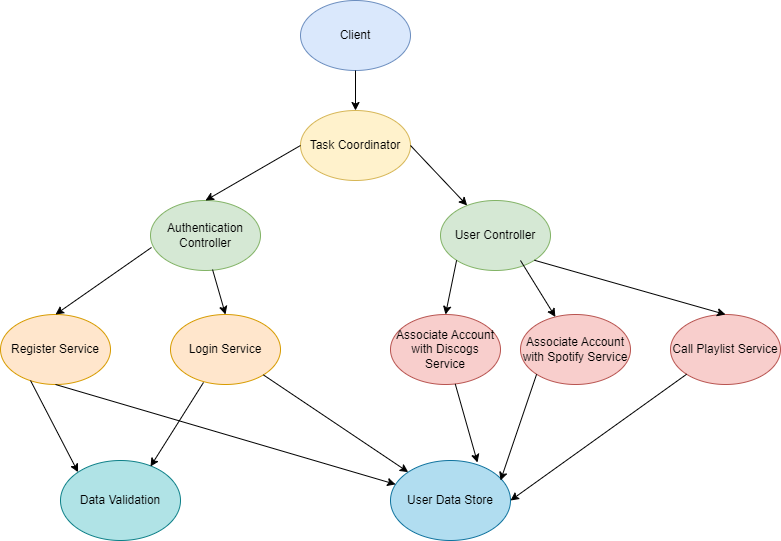
Before: Final Deliverables Solution S/Scholarly HTML technical report/Resources/User Arhictecture.drawio.png, a diagram exported from draw.io (andreiprepelita/VireWade). Source tidied: cells renumbered, new cells last; positions are measured from the earlier drawing's top-left corner, leaving out a move shared by most shapes.
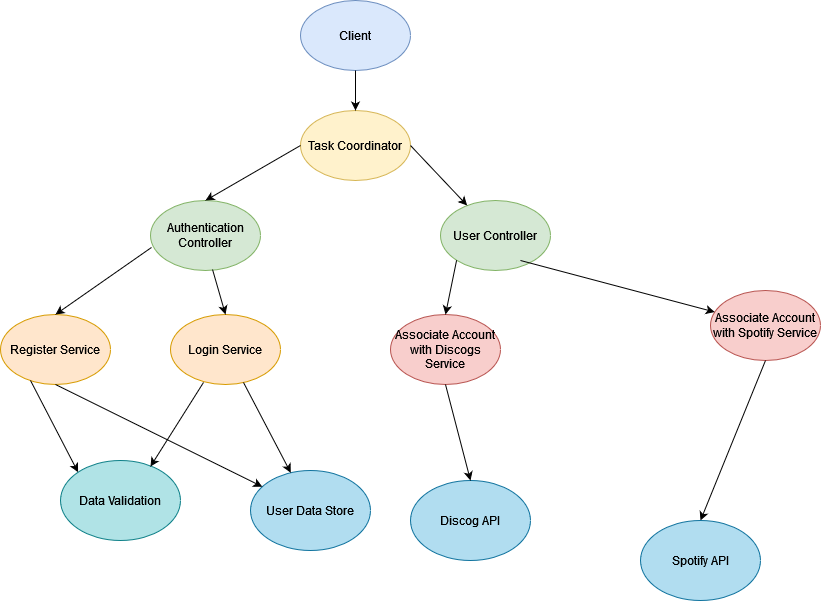
After the commit.

Change to the diagram source:
```diff
@@ -29,42 +29,32 @@
     <mxCell id="10" value="Login Service" style="ellipse;whiteSpace=wrap;html=1;fillColor=#ffe6cc;strokeColor=#d79b00;" parent="1" vertex="1">
       <mxGeometry x="170" y="314" width="110" height="70" as="geometry" />
     </mxCell>
-    <mxCell id="11" value="Call Playlist Service" style="ellipse;whiteSpace=wrap;html=1;fillColor=#f8cecc;strokeColor=#b85450;" parent="1" vertex="1">
-      <mxGeometry x="670" y="314" width="110" height="70" as="geometry" />
-    </mxCell>
     <mxCell id="12" style="endArrow=classic;html=1;rounded=0;exitX=0.009;exitY=0.671;exitDx=0;exitDy=0;exitPerimeter=0;entryX=0.5;entryY=0;entryDx=0;entryDy=0;" parent="1" edge="1" source="5" target="9">
       <mxGeometry relative="1" as="geometry" />
     </mxCell>
     <mxCell id="13" style="endArrow=classic;html=1;rounded=0;exitX=0.564;exitY=0.986;exitDx=0;exitDy=0;exitPerimeter=0;entryX=0.5;entryY=0;entryDx=0;entryDy=0;" parent="1" edge="1" source="5" target="10">
       <mxGeometry relative="1" as="geometry" />
     </mxCell>
-    <mxCell id="14" style="endArrow=classic;html=1;rounded=0;exitX=1;exitY=1;exitDx=0;exitDy=0;entryX=0.5;entryY=0;entryDx=0;entryDy=0;" parent="1" edge="1" source="6" target="11">
-      <mxGeometry relative="1" as="geometry" />
-    </mxCell>
     <mxCell id="15" value="User Data Store" style="ellipse;whiteSpace=wrap;html=1;fillColor=#b1ddf0;strokeColor=#10739e;" parent="1" vertex="1">
-      <mxGeometry x="390" y="460" width="120" height="80" as="geometry" />
+      <mxGeometry x="250" y="470" width="120" height="80" as="geometry" />
     </mxCell>
     <mxCell id="16" value="Associate Account with Discogs Service" style="ellipse;whiteSpace=wrap;html=1;fillColor=#f8cecc;strokeColor=#b85450;" parent="1" vertex="1">
       <mxGeometry x="390" y="314" width="110" height="70" as="geometry" />
     </mxCell>
     <mxCell id="17" value="Associate Account with Spotify Service" style="ellipse;whiteSpace=wrap;html=1;fillColor=#f8cecc;strokeColor=#b85450;" parent="1" vertex="1">
-      <mxGeometry x="520" y="314" width="110" height="70" as="geometry" />
+      <mxGeometry x="710" y="290" width="110" height="70" as="geometry" />
     </mxCell>
     <mxCell id="18" style="endArrow=classic;html=1;rounded=0;exitX=0.5;exitY=1;exitDx=0;exitDy=0;" parent="1" edge="1" source="9" target="15">
       <mxGeometry relative="1" as="geometry" />
     </mxCell>
-    <mxCell id="19" style="endArrow=classic;html=1;rounded=0;" parent="1" edge="1" source="10" target="15">
-      <mxGeometry relative="1" as="geometry" />
+    <mxCell id="19" style="endArrow=classic;html=1;rounded=0;" parent="1" edge="1" target="15">
+      <mxGeometry relative="1" as="geometry">
+        <mxPoint x="243" y="382" as="sourcePoint" />
+      </mxGeometry>
     </mxCell>
-    <mxCell id="20" style="endArrow=classic;html=1;rounded=0;entryX=0.725;entryY=0.025;entryDx=0;entryDy=0;entryPerimeter=0;" parent="1" edge="1" source="16" target="15">
-      <mxGeometry relative="1" as="geometry" />
-    </mxCell>
-    <mxCell id="21" style="endArrow=classic;html=1;rounded=0;exitX=0;exitY=1;exitDx=0;exitDy=0;entryX=0.917;entryY=0.25;entryDx=0;entryDy=0;entryPerimeter=0;" parent="1" edge="1" source="17" target="15">
+    <mxCell id="21" style="endArrow=classic;html=1;rounded=0;exitX=0.5;exitY=1;exitDx=0;exitDy=0;entryX=0.5;entryY=0;entryDx=0;entryDy=0;" parent="1" edge="1" source="17" target="29">
       <mxGeometry relative="1" as="geometry" />
     </mxCell>
-    <mxCell id="22" style="endArrow=classic;html=1;rounded=0;exitX=0;exitY=1;exitDx=0;exitDy=0;entryX=1;entryY=0.5;entryDx=0;entryDy=0;" parent="1" edge="1" source="11" target="15">
-      <mxGeometry relative="1" as="geometry" />
-    </mxCell>
     <mxCell id="23" style="endArrow=classic;html=1;rounded=0;exitX=0;exitY=1;exitDx=0;exitDy=0;entryX=0.5;entryY=0;entryDx=0;entryDy=0;" parent="1" edge="1" source="6" target="16">
       <mxGeometry relative="1" as="geometry" />
     </mxCell>
@@ -82,5 +72,14 @@
     <mxCell id="27" style="endArrow=classic;html=1;rounded=0;exitX=0.3;exitY=0.971;exitDx=0;exitDy=0;exitPerimeter=0;entryX=0.75;entryY=0.075;entryDx=0;entryDy=0;entryPerimeter=0;" parent="1" edge="1" source="10" target="25">
       <mxGeometry relative="1" as="geometry" />
     </mxCell>
+    <mxCell id="28" value="Discog API" style="ellipse;whiteSpace=wrap;html=1;fillColor=#b1ddf0;strokeColor=#10739e;" parent="1" vertex="1">
+      <mxGeometry x="410" y="480" width="120" height="80" as="geometry" />
+    </mxCell>
+    <mxCell id="29" value="Spotify API" style="ellipse;whiteSpace=wrap;html=1;fillColor=#b1ddf0;strokeColor=#10739e;" parent="1" vertex="1">
+      <mxGeometry x="640" y="520" width="120" height="80" as="geometry" />
+    </mxCell>
+    <mxCell id="30" style="endArrow=classic;html=1;rounded=0;exitX=0.5;exitY=1;exitDx=0;exitDy=0;entryX=0.5;entryY=0;entryDx=0;entryDy=0;" parent="1" edge="1" source="16" target="28">
+      <mxGeometry relative="1" as="geometry" />
+    </mxCell>
   </root>
 </mxGraphModel>
```
